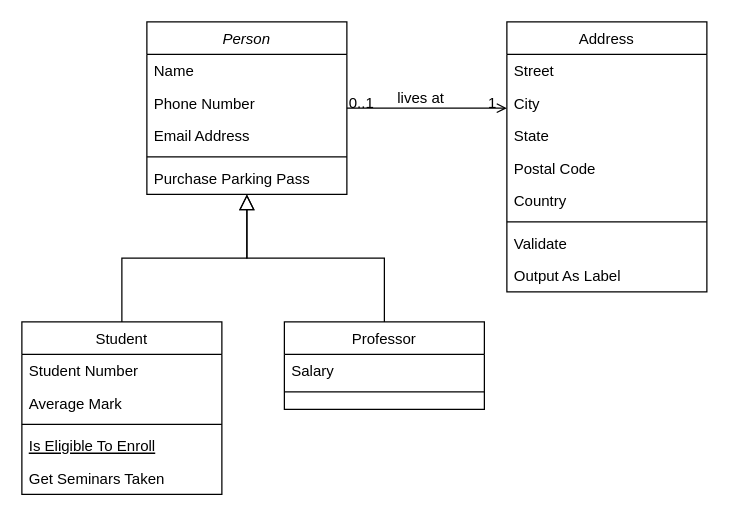
Earlier version of the draw.io diagram diag_liststorepromo.drawio (cpamungkas/diagrampba). Source tidied: cells renumbered, new cells numbered last; positions are measured from the earlier drawing's top-left corner, leaving out a move shared by most shapes. Both pictures are drawn from the tidied source at 125%, with x=0, y=0 at pixel (21, 21).
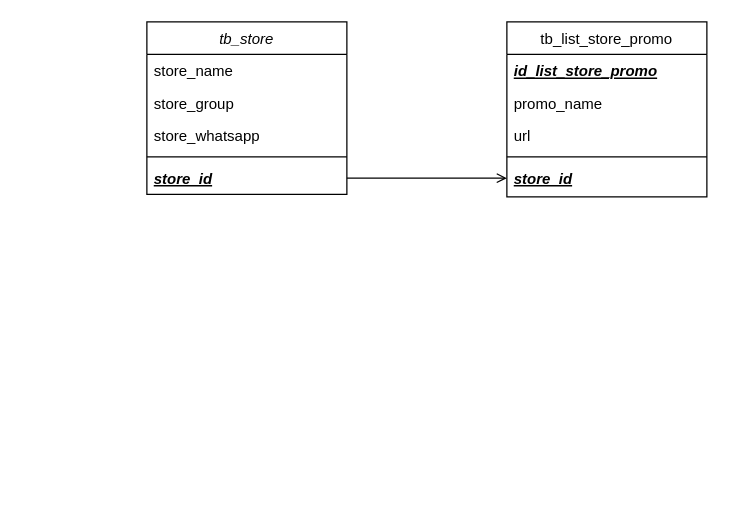
Above is the later version.

Change to the diagram source:
```diff
@@
-    <mxCell id="2" value="Person" style="swimlane;fontStyle=2;align=center;verticalAlign=top;horizontal=1;startSize=26;rounded=0;shadow=0;strokeWidth=1;" parent="1" vertex="1">
+    <mxCell id="2" value="tb_store" style="swimlane;fontStyle=2;align=center;verticalAlign=top;horizontal=1;startSize=26;rounded=0;shadow=0;strokeWidth=1;" parent="1" vertex="1">
       <mxGeometry x="100" width="160" height="138" as="geometry" />
     </mxCell>
-    <mxCell id="3" value="Name" style="text;align=left;verticalAlign=top;spacingLeft=4;spacingRight=4;overflow=hidden;" parent="2" vertex="1">
+    <mxCell id="3" value="store_name" style="text;align=left;verticalAlign=top;spacingLeft=4;spacingRight=4;overflow=hidden;" parent="2" vertex="1">
       <mxGeometry y="26" width="160" height="26" as="geometry" />
     </mxCell>
-    <mxCell id="4" value="Phone Number" style="text;align=left;verticalAlign=top;spacingLeft=4;spacingRight=4;overflow=hidden;rounded=0;shadow=0;html=0;" parent="2" vertex="1">
+    <mxCell id="4" value="store_group" style="text;align=left;verticalAlign=top;spacingLeft=4;spacingRight=4;overflow=hidden;rounded=0;shadow=0;html=0;" parent="2" vertex="1">
       <mxGeometry y="52" width="160" height="26" as="geometry" />
     </mxCell>
-    <mxCell id="5" value="Email Address" style="text;align=left;verticalAlign=top;spacingLeft=4;spacingRight=4;overflow=hidden;rounded=0;shadow=0;html=0;" parent="2" vertex="1">
+    <mxCell id="5" value="store_whatsapp" style="text;align=left;verticalAlign=top;spacingLeft=4;spacingRight=4;overflow=hidden;rounded=0;shadow=0;html=0;" parent="2" vertex="1">
       <mxGeometry y="78" width="160" height="26" as="geometry" />
     </mxCell>
@@
-    <mxCell id="7" value="Purchase Parking Pass" style="text;align=left;verticalAlign=top;spacingLeft=4;spacingRight=4;overflow=hidden;" parent="2" vertex="1">
+    <mxCell id="7" value="store_id" style="text;align=left;verticalAlign=top;spacingLeft=4;spacingRight=4;overflow=hidden;fontStyle=7;" parent="2" vertex="1">
       <mxGeometry y="112" width="160" height="26" as="geometry" />
     </mxCell>
-    <mxCell id="8" value="Student" style="swimlane;fontStyle=0;align=center;verticalAlign=top;horizontal=1;startSize=26;rounded=0;shadow=0;strokeWidth=1;" parent="1" vertex="1">
-      <mxGeometry y="240" width="160" height="138" as="geometry" />
-    </mxCell>
-    <mxCell id="9" value="Student Number" style="text;align=left;verticalAlign=top;spacingLeft=4;spacingRight=4;overflow=hidden;" parent="8" vertex="1">
-      <mxGeometry y="26" width="160" height="26" as="geometry" />
-    </mxCell>
-    <mxCell id="10" value="Average Mark" style="text;align=left;verticalAlign=top;spacingLeft=4;spacingRight=4;overflow=hidden;rounded=0;shadow=0;html=0;" parent="8" vertex="1">
-      <mxGeometry y="52" width="160" height="26" as="geometry" />
-    </mxCell>
-    <mxCell id="11" style="line;html=1;strokeWidth=1;align=left;verticalAlign=middle;spacingTop=-1;spacingLeft=3;spacingRight=3;labelPosition=right;" parent="8" vertex="1">
-      <mxGeometry y="78" width="160" height="8" as="geometry" />
-    </mxCell>
-    <mxCell id="12" value="Is Eligible To Enroll" style="text;align=left;verticalAlign=top;spacingLeft=4;spacingRight=4;overflow=hidden;fontStyle=4;" parent="8" vertex="1">
-      <mxGeometry y="86" width="160" height="26" as="geometry" />
-    </mxCell>
-    <mxCell id="13" value="Get Seminars Taken" style="text;align=left;verticalAlign=top;spacingLeft=4;spacingRight=4;overflow=hidden;" parent="8" vertex="1">
-      <mxGeometry y="112" width="160" height="26" as="geometry" />
-    </mxCell>
-    <mxCell id="14" style="endArrow=block;endSize=10;endFill=0;shadow=0;strokeWidth=1;rounded=0;edgeStyle=elbowEdgeStyle;elbow=vertical;" parent="1" edge="1" source="8" target="2">
-      <mxGeometry relative="1" as="geometry" />
-    </mxCell>
-    <mxCell id="15" value="Professor" style="swimlane;fontStyle=0;align=center;verticalAlign=top;horizontal=1;startSize=26;rounded=0;shadow=0;strokeWidth=1;" parent="1" vertex="1">
-      <mxGeometry x="210" y="240" width="160" height="70" as="geometry" />
-    </mxCell>
-    <mxCell id="16" value="Salary" style="text;align=left;verticalAlign=top;spacingLeft=4;spacingRight=4;overflow=hidden;" parent="15" vertex="1">
-      <mxGeometry y="26" width="160" height="26" as="geometry" />
-    </mxCell>
-    <mxCell id="17" style="line;html=1;strokeWidth=1;align=left;verticalAlign=middle;spacingTop=-1;spacingLeft=3;spacingRight=3;labelPosition=right;" parent="15" vertex="1">
-      <mxGeometry y="52" width="160" height="8" as="geometry" />
-    </mxCell>
-    <mxCell id="18" style="endArrow=block;endSize=10;endFill=0;shadow=0;strokeWidth=1;rounded=0;edgeStyle=elbowEdgeStyle;elbow=vertical;" parent="1" edge="1" source="15" target="2">
-      <mxGeometry relative="1" as="geometry" />
-    </mxCell>
-    <mxCell id="19" value="Address" style="swimlane;fontStyle=0;align=center;verticalAlign=top;horizontal=1;startSize=26;rounded=0;shadow=0;strokeWidth=1;" parent="1" vertex="1">
-      <mxGeometry x="388" width="160" height="216" as="geometry" />
+    <mxCell id="19" value="tb_list_store_promo" style="swimlane;fontStyle=0;align=center;verticalAlign=top;horizontal=1;startSize=26;rounded=0;shadow=0;strokeWidth=1;" parent="1" vertex="1">
+      <mxGeometry x="388" width="160" height="140" as="geometry" />
     </mxCell>
+    <mxCell id="24" value="id_list_store_promo" style="text;align=left;verticalAlign=top;spacingLeft=4;spacingRight=4;overflow=hidden;rounded=0;shadow=0;html=0;fontStyle=7;" parent="19" vertex="1">
+      <mxGeometry y="26" width="160" height="26" as="geometry" />
+    </mxCell>
-    <mxCell id="20" value="Street" style="text;align=left;verticalAlign=top;spacingLeft=4;spacingRight=4;overflow=hidden;" parent="19" vertex="1">
-      <mxGeometry y="26" width="160" height="26" as="geometry" />
+    <mxCell id="20" value="promo_name" style="text;align=left;verticalAlign=top;spacingLeft=4;spacingRight=4;overflow=hidden;" parent="19" vertex="1">
+      <mxGeometry y="52" width="160" height="26" as="geometry" />
     </mxCell>
-    <mxCell id="21" value="City" style="text;align=left;verticalAlign=top;spacingLeft=4;spacingRight=4;overflow=hidden;rounded=0;shadow=0;html=0;" parent="19" vertex="1">
-      <mxGeometry y="52" width="160" height="26" as="geometry" />
+    <mxCell id="21" value="url" style="text;align=left;verticalAlign=top;spacingLeft=4;spacingRight=4;overflow=hidden;rounded=0;shadow=0;html=0;" parent="19" vertex="1">
+      <mxGeometry y="78" width="160" height="26" as="geometry" />
     </mxCell>
-    <mxCell id="22" value="State" style="text;align=left;verticalAlign=top;spacingLeft=4;spacingRight=4;overflow=hidden;rounded=0;shadow=0;html=0;" parent="19" vertex="1">
-      <mxGeometry y="78" width="160" height="26" as="geometry" />
-    </mxCell>
-    <mxCell id="23" value="Postal Code" style="text;align=left;verticalAlign=top;spacingLeft=4;spacingRight=4;overflow=hidden;rounded=0;shadow=0;html=0;" parent="19" vertex="1">
-      <mxGeometry y="104" width="160" height="26" as="geometry" />
-    </mxCell>
-    <mxCell id="24" value="Country" style="text;align=left;verticalAlign=top;spacingLeft=4;spacingRight=4;overflow=hidden;rounded=0;shadow=0;html=0;" parent="19" vertex="1">
-      <mxGeometry y="130" width="160" height="26" as="geometry" />
-    </mxCell>
     <mxCell id="25" style="line;html=1;strokeWidth=1;align=left;verticalAlign=middle;spacingTop=-1;spacingLeft=3;spacingRight=3;labelPosition=right;" parent="19" vertex="1">
-      <mxGeometry y="156" width="160" height="8" as="geometry" />
+      <mxGeometry y="104" width="160" height="8" as="geometry" />
     </mxCell>
-    <mxCell id="26" value="Validate" style="text;align=left;verticalAlign=top;spacingLeft=4;spacingRight=4;overflow=hidden;" parent="19" vertex="1">
-      <mxGeometry y="164" width="160" height="26" as="geometry" />
-    </mxCell>
-    <mxCell id="27" value="Output As Label" style="text;align=left;verticalAlign=top;spacingLeft=4;spacingRight=4;overflow=hidden;points=[[0,0.5],[1,0.5]];portConstraint=eastwest;" parent="19" vertex="1">
-      <mxGeometry y="190" width="160" height="26" as="geometry" />
+    <mxCell id="27" value="store_id" style="text;align=left;verticalAlign=top;spacingLeft=4;spacingRight=4;overflow=hidden;points=[[0,0.5],[1,0.5]];portConstraint=eastwest;fontStyle=7;" parent="19" vertex="1">
+      <mxGeometry y="112" width="160" height="26" as="geometry" />
     </mxCell>
-    <mxCell id="28" style="endArrow=open;shadow=0;strokeWidth=1;rounded=0;endFill=1;edgeStyle=elbowEdgeStyle;elbow=vertical;" parent="1" edge="1" source="2" target="19">
+    <mxCell id="28" style="endArrow=open;shadow=0;strokeWidth=1;rounded=0;endFill=1;edgeStyle=elbowEdgeStyle;elbow=vertical;entryX=0;entryY=0.5;entryDx=0;entryDy=0;" parent="1" edge="1" source="2" target="27">
       <mxGeometry x="0.5" y="41" relative="1" as="geometry">
         <mxPoint x="-40" y="32" as="offset" />
       </mxGeometry>
     </mxCell>
-    <mxCell id="29" value="0..1" style="align=left;verticalAlign=bottom;labelBackgroundColor=none;fontSize=12;" parent="28" vertex="1">
-      <mxGeometry x="-1" relative="1" as="geometry">
-        <mxPoint y="4" as="offset" />
-      </mxGeometry>
-    </mxCell>
-    <mxCell id="30" value="1" style="align=right;verticalAlign=bottom;labelBackgroundColor=none;fontSize=12;" parent="28" vertex="1">
-      <mxGeometry x="1" relative="1" as="geometry">
-        <mxPoint x="-7" y="4" as="offset" />
-      </mxGeometry>
-    </mxCell>
-    <mxCell id="31" value="lives at" style="text;html=1;align=center;verticalAlign=middle;labelBackgroundColor=none;rounded=0;shadow=0;strokeWidth=1;fontSize=12;" parent="28" vertex="1">
-      <mxGeometry x="0.5" y="49" relative="1" as="geometry">
-        <mxPoint x="-38" y="40" as="offset" />
-      </mxGeometry>
-    </mxCell>
```
